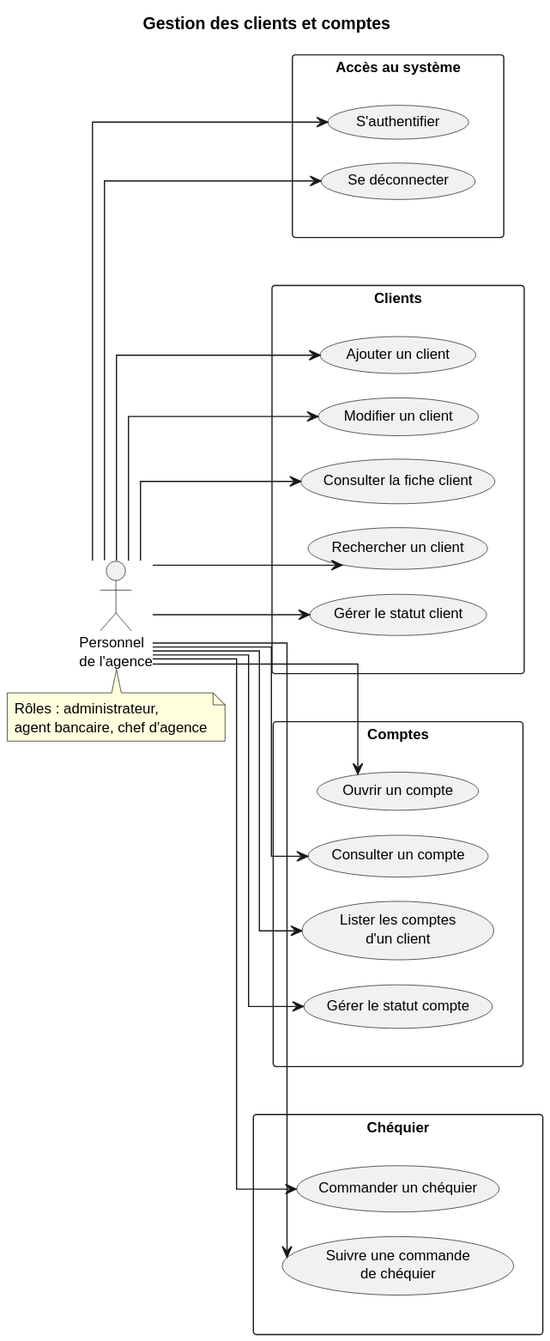
Before: documentation/overleaf/images/01-clients-comptes.svg, a diagram exported from PlantUML (aminabensouda106-gif/banque1).
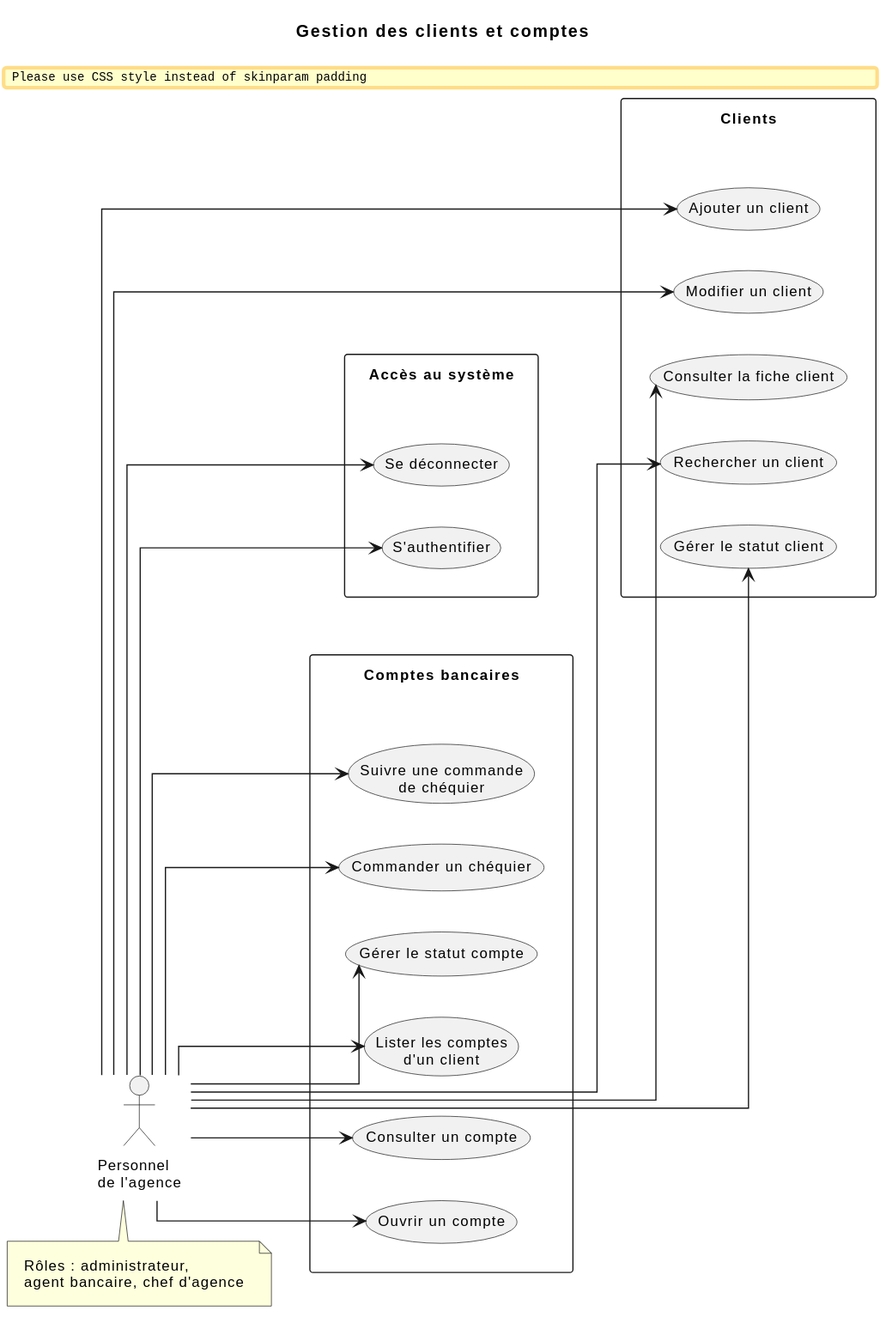
Above is the later version.

What changed in the source:
```diff
@@ -2,10 +2,12 @@
 left to right direction
 skinparam shadowing false
 skinparam packageStyle rectangle
-skinparam nodesep 20
-skinparam ranksep 26
+skinparam nodesep 34
+skinparam ranksep 42
 skinparam linetype ortho
 skinparam defaultFontSize 12
+skinparam ArrowFontSize 12
+skinparam padding 8
 
 title Gestion des clients et comptes
 
@@ -15,34 +17,31 @@
   agent bancaire, chef d'agence
 end note
 
-rectangle "Accès au système" as ACC {
-  usecase "S'authentifier" as UC_LOGIN
-  usecase "Se déconnecter" as UC_LOGOUT
+together {
+  together {
+    rectangle "Accès au système" as ACC {
+      usecase "S'authentifier" as UC_LOGIN
+      usecase "Se déconnecter" as UC_LOGOUT
+    }
+    rectangle "Clients" as CLI {
+      usecase "Ajouter un client" as UC_C_ADD
+      usecase "Modifier un client" as UC_C_EDIT
+      usecase "Consulter la fiche client" as UC_C_VIEW
+      usecase "Rechercher un client" as UC_C_SEARCH
+      usecase "Gérer le statut client" as UC_C_STATUS
+    }
+    ACC -[hidden]down- CLI
+  }
+  rectangle "Comptes bancaires" as CPT {
+    usecase "Ouvrir un compte" as UC_A_OPEN
+    usecase "Consulter un compte" as UC_A_VIEW
+    usecase "Lister les comptes\nd'un client" as UC_A_LIST
+    usecase "Gérer le statut compte" as UC_A_STATUS
+    usecase "Commander un chéquier" as UC_CHQ_ORDER
+    usecase "Suivre une commande\nde chéquier" as UC_CHQ_TRACK
+  }
+  ACC -[hidden]right- CPT
 }
-
-rectangle "Clients" as CLI {
-  usecase "Ajouter un client" as UC_C_ADD
-  usecase "Modifier un client" as UC_C_EDIT
-  usecase "Consulter la fiche client" as UC_C_VIEW
-  usecase "Rechercher un client" as UC_C_SEARCH
-  usecase "Gérer le statut client" as UC_C_STATUS
-}
-
-rectangle "Comptes" as CPT {
-  usecase "Ouvrir un compte" as UC_A_OPEN
-  usecase "Consulter un compte" as UC_A_VIEW
-  usecase "Lister les comptes\nd'un client" as UC_A_LIST
-  usecase "Gérer le statut compte" as UC_A_STATUS
-}
-
-rectangle "Chéquier" as CHQ {
-  usecase "Commander un chéquier" as UC_CHQ_ORDER
-  usecase "Suivre une commande\nde chéquier" as UC_CHQ_TRACK
-}
-
-ACC -[hidden]right- CLI
-CLI -[hidden]right- CPT
-CPT -[hidden]right- CHQ
 
 personnel --> UC_LOGIN
 personnel --> UC_LOGOUT
```
